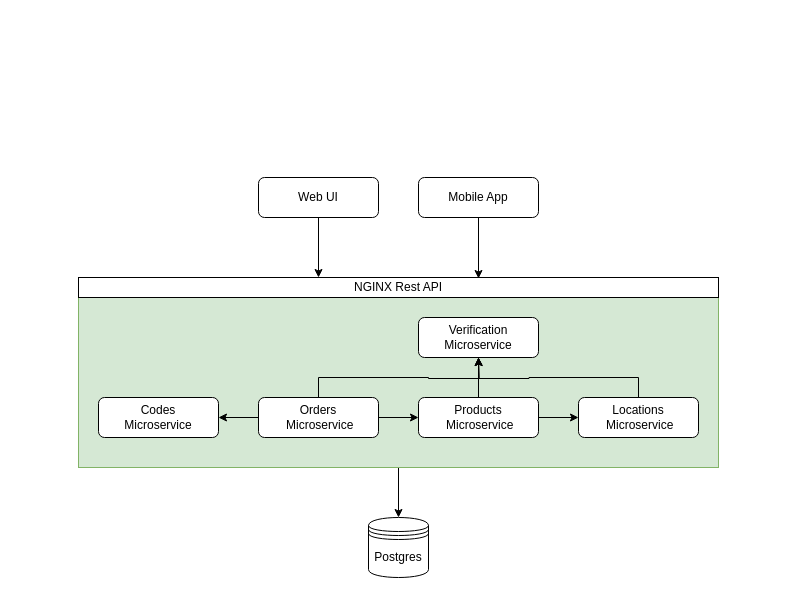
Above: assets/project-architecture.drawio in ordered-online/documentation (draw.io), before the change. Source tidied: cells renumbered, new cells numbered last; positions are measured from the earlier drawing's top-left corner, leaving out a move shared by most shapes. Both pictures are drawn from the tidied source at 100%, with x=0, y=0 at pixel (78, 177).
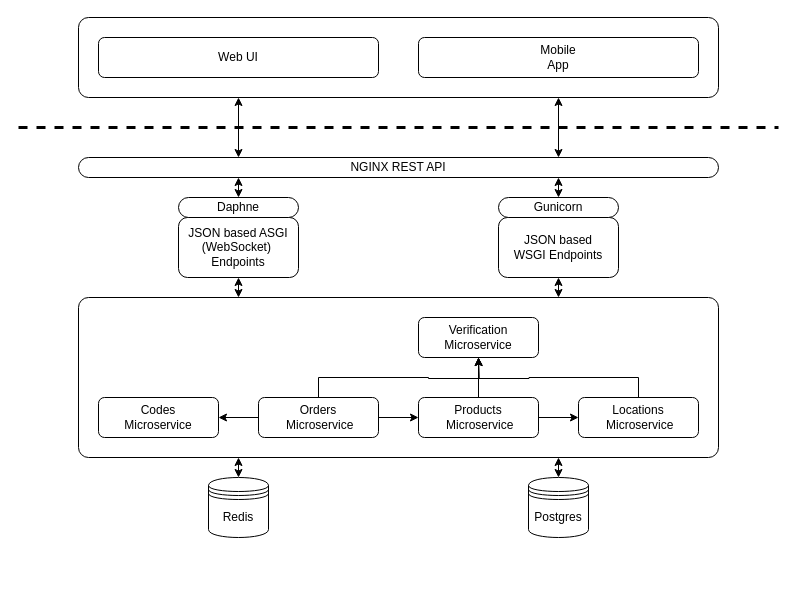
The same diagram, later.

Diff of the diagram source:
```diff
@@
+    <mxCell id="21" style="edgeStyle=orthogonalEdgeStyle;rounded=0;jettySize=auto;html=1;exitX=0.25;exitY=1;exitDx=0;exitDy=0;entryX=0.25;entryY=0;entryDx=0;entryDy=0;startArrow=classic;startFill=1;endArrow=classic;endFill=1;" parent="1" edge="1" source="23" target="34">
+      <mxGeometry relative="1" as="geometry" />
+    </mxCell>
+    <mxCell id="22" style="edgeStyle=orthogonalEdgeStyle;rounded=0;jettySize=auto;html=1;exitX=0.75;exitY=1;exitDx=0;exitDy=0;entryX=0.75;entryY=0;entryDx=0;entryDy=0;startArrow=classic;startFill=1;endArrow=classic;endFill=1;" parent="1" edge="1" source="23" target="34">
+      <mxGeometry relative="1" as="geometry" />
+    </mxCell>
+    <mxCell id="23" style="rounded=1;whiteSpace=wrap;html=1;absoluteArcSize=1;" parent="1" vertex="1">
+      <mxGeometry y="-160" width="640" height="80" as="geometry" />
+    </mxCell>
-    <mxCell id="2" style="edgeStyle=orthogonalEdgeStyle;rounded=0;jettySize=auto;html=1;exitX=0.5;exitY=1;exitDx=0;exitDy=0;entryX=0.5;entryY=0;entryDx=0;entryDy=0;" parent="1" edge="1" source="3" target="15">
+    <mxCell id="2" style="edgeStyle=orthogonalEdgeStyle;rounded=0;jettySize=auto;html=1;exitX=0.75;exitY=1;exitDx=0;exitDy=0;entryX=0.5;entryY=0;entryDx=0;entryDy=0;startArrow=classic;startFill=1;endArrow=classic;endFill=1;" parent="1" edge="1" source="3" target="15">
       <mxGeometry relative="1" as="geometry" />
     </mxCell>
+    <mxCell id="24" style="edgeStyle=orthogonalEdgeStyle;rounded=0;jettySize=auto;html=1;exitX=0.25;exitY=1;exitDx=0;exitDy=0;entryX=0.5;entryY=0;entryDx=0;entryDy=0;startArrow=classic;startFill=1;endArrow=classic;endFill=1;" parent="1" edge="1" source="3" target="25">
+      <mxGeometry relative="1" as="geometry" />
+    </mxCell>
-    <mxCell id="3" style="rounded=0;whiteSpace=wrap;html=1;fillColor=#d5e8d4;strokeColor=#82b366;" parent="1" vertex="1">
-      <mxGeometry y="120" width="640" height="170" as="geometry" />
+    <mxCell id="3" style="rounded=1;whiteSpace=wrap;html=1;absoluteArcSize=1;" parent="1" vertex="1">
+      <mxGeometry y="120" width="640" height="160" as="geometry" />
     </mxCell>
@@
     <mxCell id="15" value="Postgres" style="shape=datastore;whiteSpace=wrap;html=1;" parent="1" vertex="1">
-      <mxGeometry x="290" y="340" width="60" height="60" as="geometry" />
+      <mxGeometry x="450" y="300" width="60" height="60" as="geometry" />
     </mxCell>
-    <mxCell id="16" style="edgeStyle=orthogonalEdgeStyle;rounded=0;jettySize=auto;html=1;exitX=0.5;exitY=1;exitDx=0;exitDy=0;entryX=0.375;entryY=0;entryDx=0;entryDy=0;entryPerimeter=0;" parent="1" edge="1" source="17" target="20">
-      <mxGeometry relative="1" as="geometry" />
-    </mxCell>
     <mxCell id="17" value="Web UI" style="rounded=1;whiteSpace=wrap;html=1;" parent="1" vertex="1">
-      <mxGeometry x="180" width="120" height="40" as="geometry" />
+      <mxGeometry x="20" y="-140" width="280" height="40" as="geometry" />
     </mxCell>
-    <mxCell id="18" style="edgeStyle=orthogonalEdgeStyle;rounded=0;jettySize=auto;html=1;exitX=0.5;exitY=1;exitDx=0;exitDy=0;entryX=0.625;entryY=0.05;entryDx=0;entryDy=0;entryPerimeter=0;" parent="1" edge="1" source="19" target="20">
-      <mxGeometry relative="1" as="geometry" />
-    </mxCell>
-    <mxCell id="19" value="Mobile App" style="rounded=1;whiteSpace=wrap;html=1;" parent="1" vertex="1">
-      <mxGeometry x="340" width="120" height="40" as="geometry" />
+    <mxCell id="19" value="Mobile &lt;br&gt;App" style="rounded=1;whiteSpace=wrap;html=1;" parent="1" vertex="1">
+      <mxGeometry x="340" y="-140" width="280" height="40" as="geometry" />
     </mxCell>
-    <mxCell id="20" value="NGINX Rest API" style="rounded=0;whiteSpace=wrap;html=1;" parent="1" vertex="1">
-      <mxGeometry y="100" width="640" height="20" as="geometry" />
-    </mxCell>
+    <mxCell id="25" value="Redis" style="shape=datastore;whiteSpace=wrap;html=1;" parent="1" vertex="1">
+      <mxGeometry x="130" y="300" width="60" height="60" as="geometry" />
+    </mxCell>
+    <mxCell id="26" style="edgeStyle=orthogonalEdgeStyle;rounded=0;jettySize=auto;html=1;exitX=0.5;exitY=1;exitDx=0;exitDy=0;entryX=0.75;entryY=0;entryDx=0;entryDy=0;startArrow=classic;startFill=1;endArrow=classic;endFill=1;" parent="1" edge="1" source="27" target="3">
+      <mxGeometry relative="1" as="geometry" />
+    </mxCell>
+    <mxCell id="27" value="JSON based&lt;br&gt;WSGI Endpoints" style="rounded=1;whiteSpace=wrap;html=1;" parent="1" vertex="1">
+      <mxGeometry x="420" y="40" width="120" height="60" as="geometry" />
+    </mxCell>
+    <mxCell id="28" style="edgeStyle=orthogonalEdgeStyle;rounded=0;jettySize=auto;html=1;exitX=0.5;exitY=1;exitDx=0;exitDy=0;entryX=0.25;entryY=0;entryDx=0;entryDy=0;startArrow=classic;startFill=1;endArrow=classic;endFill=1;" parent="1" edge="1" source="29" target="3">
+      <mxGeometry relative="1" as="geometry" />
+    </mxCell>
+    <mxCell id="29" value="JSON based ASGI (WebSocket)&amp;nbsp;&lt;br&gt;Endpoints" style="rounded=1;whiteSpace=wrap;html=1;" parent="1" vertex="1">
+      <mxGeometry x="100" y="40" width="120" height="60" as="geometry" />
+    </mxCell>
+    <mxCell id="30" value="Daphne" style="rounded=1;whiteSpace=wrap;html=1;absoluteArcSize=1;" parent="1" vertex="1">
+      <mxGeometry x="100" y="20" width="120" height="20" as="geometry" />
+    </mxCell>
+    <mxCell id="31" value="Gunicorn" style="rounded=1;whiteSpace=wrap;html=1;absoluteArcSize=1;" parent="1" vertex="1">
+      <mxGeometry x="420" y="20" width="120" height="20" as="geometry" />
+    </mxCell>
+    <mxCell id="32" style="edgeStyle=orthogonalEdgeStyle;rounded=0;jettySize=auto;html=1;exitX=0.25;exitY=1;exitDx=0;exitDy=0;entryX=0.5;entryY=0;entryDx=0;entryDy=0;startArrow=classic;startFill=1;endArrow=classic;endFill=1;" parent="1" edge="1" source="34" target="30">
+      <mxGeometry relative="1" as="geometry" />
+    </mxCell>
+    <mxCell id="33" style="edgeStyle=orthogonalEdgeStyle;rounded=0;jettySize=auto;html=1;exitX=0.75;exitY=1;exitDx=0;exitDy=0;entryX=0.5;entryY=0;entryDx=0;entryDy=0;startArrow=classic;startFill=1;endArrow=classic;endFill=1;" parent="1" edge="1" source="34" target="31">
+      <mxGeometry relative="1" as="geometry" />
+    </mxCell>
+    <mxCell id="34" value="NGINX REST API" style="rounded=1;whiteSpace=wrap;html=1;absoluteArcSize=1;" parent="1" vertex="1">
+      <mxGeometry y="-20" width="640" height="20" as="geometry" />
+    </mxCell>
+    <mxCell id="35" style="endArrow=none;dashed=1;html=1;strokeWidth=3;" parent="1" edge="1">
+      <mxGeometry relative="1" as="geometry">
+        <mxPoint x="-60" y="-50" as="sourcePoint" />
+        <mxPoint x="700" y="-50" as="targetPoint" />
+      </mxGeometry>
+    </mxCell>
```
